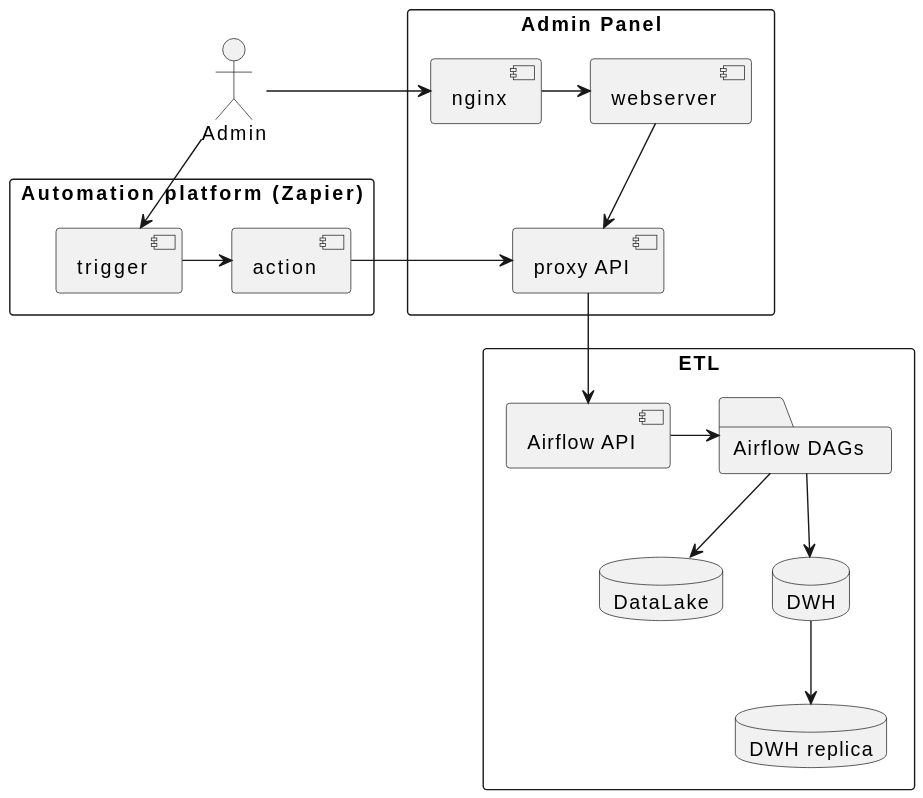
Earlier version of the PlantUML export diagrams/architecture.svg (etlteam/docs).
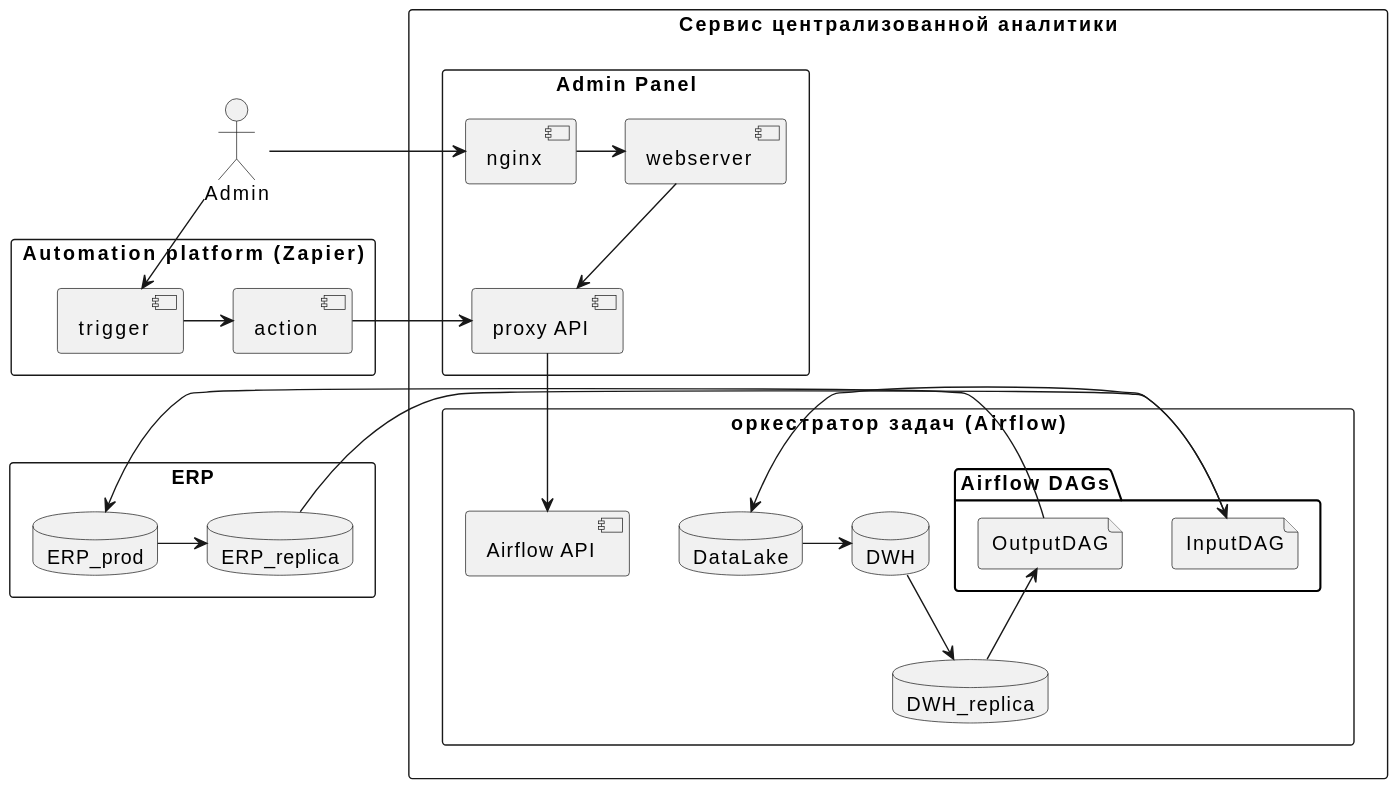
After the change.

Change to the diagram source:
```diff
@@ -1,39 +1,54 @@
 @startuml
 actor Admin
-rectangle "Admin Panel" as AP {
-	[nginx]
-	[webserver]
-	[proxy API] as API
 
-	Admin -> nginx
-	nginx -> webserver
-	webserver --> API
+rectangle ERP {
+	database ERP_prod
+	database ERP_replica
+	ERP_prod -> ERP_replica
 }
+
+rectangle "Сервис централизованной аналитики"  {
+
+	rectangle "Admin Panel" as AP {
+		[nginx]
+		[webserver]
+		[proxy API] as API
+
+		Admin -> nginx
+		nginx -> webserver
+		webserver --> API
+	}
+
+	rectangle "оркестратор задач (Airflow)" as ETL {
+		folder "Airflow DAGs" as dag {
+			file InputDAG
+			file OutputDAG
+		}
+		[Airflow API] as airflow
+		API --> airflow
+
+
+		database DataLake
+		database DWH
+		database DWH_replica
+
+		ERP_replica -> InputDAG
+		InputDAG -> DataLake
+		DataLake -> DWH
+
+		DWH --> DWH_replica
+		DWH_replica -> OutputDAG
+		OutputDAG -> ERP_prod
+	}
+}
+
+
 
 rectangle "Automation platform (Zapier)" {
 	[trigger]
 	[action]
 	trigger -> action
 }
-
 Admin -> trigger
-
 action -> API
-
-rectangle ETL {
-	folder "Airflow DAGs" as dag
-	[Airflow API] as airflow
-	API --> airflow
-
-
-	database DataLake
-	database DWH
-	database "DWH replica" as replica
-
-	airflow -> dag
-
-	dag --> DataLake
-	dag --> DWH
-	DWH --> replica
-}
 @enduml
```
